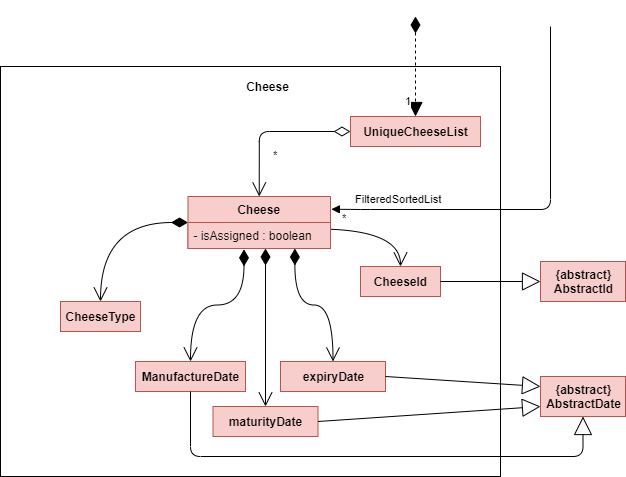
Earlier version of the draw.io export docs/images/CheeseClassDiagram.png (nus-cs2103-AY2021S2/tp). Source tidied: cells renumbered, new cells last; positions are measured from the earlier drawing's top-left corner, leaving out a move shared by most shapes.
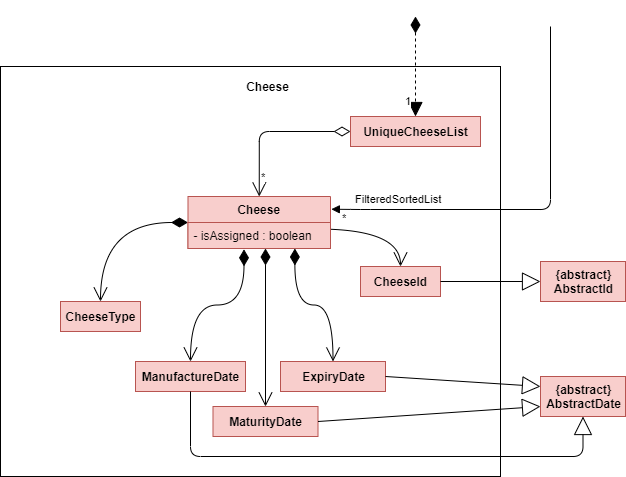
Above is the later version.

Commit message:
Update diagram as per PR comments

Change to the diagram source:
```diff
@@ -17,7 +17,7 @@
       </mxGeometry>
     </mxCell>
     <mxCell id="6" value="*" style="endArrow=open;html=1;endSize=12;startArrow=diamondThin;startSize=14;startFill=0;edgeStyle=orthogonalEdgeStyle;align=left;verticalAlign=bottom;exitX=0;exitY=0.5;exitDx=0;exitDy=0;entryX=0.5;entryY=0;entryDx=0;entryDy=0;" parent="1" edge="1" source="4" target="22">
-      <mxGeometry x="0.59" y="12" relative="1" as="geometry" />
+      <mxGeometry x="0.87" relative="1" as="geometry" />
     </mxCell>
     <mxCell id="7" value="FilteredSortedList" style="endArrow=block;endFill=1;html=1;edgeStyle=orthogonalEdgeStyle;align=left;verticalAlign=top;fontColor=none;entryX=1.006;entryY=0.245;entryDx=0;entryDy=0;entryPerimeter=0;" parent="1" edge="1" target="22">
       <mxGeometry x="0.89" y="-23" relative="1" as="geometry">
@@ -42,7 +42,7 @@
     <mxCell id="11" value="&lt;b&gt;ManufactureDate&lt;/b&gt;" style="html=1;fillColor=#f8cecc;strokeColor=#b85450;" parent="1" vertex="1">
       <mxGeometry x="135" y="345" width="110" height="30" as="geometry" />
     </mxCell>
-    <mxCell id="12" value="&lt;b&gt;maturityDate&lt;/b&gt;" style="html=1;fillColor=#f8cecc;strokeColor=#b85450;" parent="1" vertex="1">
+    <mxCell id="12" value="&lt;b&gt;MaturityDate&lt;/b&gt;" style="html=1;fillColor=#f8cecc;strokeColor=#b85450;" parent="1" vertex="1">
       <mxGeometry x="212.5" y="390" width="105" height="30" as="geometry" />
     </mxCell>
     <mxCell id="13" value="1" style="endArrow=open;html=1;endSize=12;startArrow=diamondThin;startSize=14;startFill=1;edgeStyle=orthogonalEdgeStyle;align=left;verticalAlign=bottom;exitX=0;exitY=0.5;exitDx=0;exitDy=0;noLabel=1;fontColor=none;curved=1;" parent="1" edge="1" source="22" target="9">
@@ -64,7 +64,7 @@
     <mxCell id="17" value="&lt;b&gt;{abstract}&lt;br&gt;AbstractId&lt;br&gt;&lt;/b&gt;" style="html=1;fillColor=#f8cecc;strokeColor=#b85450;" parent="1" vertex="1">
       <mxGeometry x="540" y="245" width="85" height="40" as="geometry" />
     </mxCell>
-    <mxCell id="18" value="&lt;b&gt;expiryDate&lt;/b&gt;" style="html=1;fillColor=#f8cecc;strokeColor=#b85450;" parent="1" vertex="1">
+    <mxCell id="18" value="&lt;b&gt;ExpiryDate&lt;/b&gt;" style="html=1;fillColor=#f8cecc;strokeColor=#b85450;" parent="1" vertex="1">
       <mxGeometry x="280" y="345" width="105" height="30" as="geometry" />
     </mxCell>
     <mxCell id="19" value="1" style="endArrow=open;html=1;endSize=12;startArrow=diamondThin;startSize=14;startFill=1;edgeStyle=orthogonalEdgeStyle;align=left;verticalAlign=bottom;exitX=0.75;exitY=1;exitDx=0;exitDy=0;noLabel=1;fontColor=none;curved=1;entryX=0.5;entryY=0;entryDx=0;entryDy=0;" parent="1" edge="1" source="22" target="18">
```
